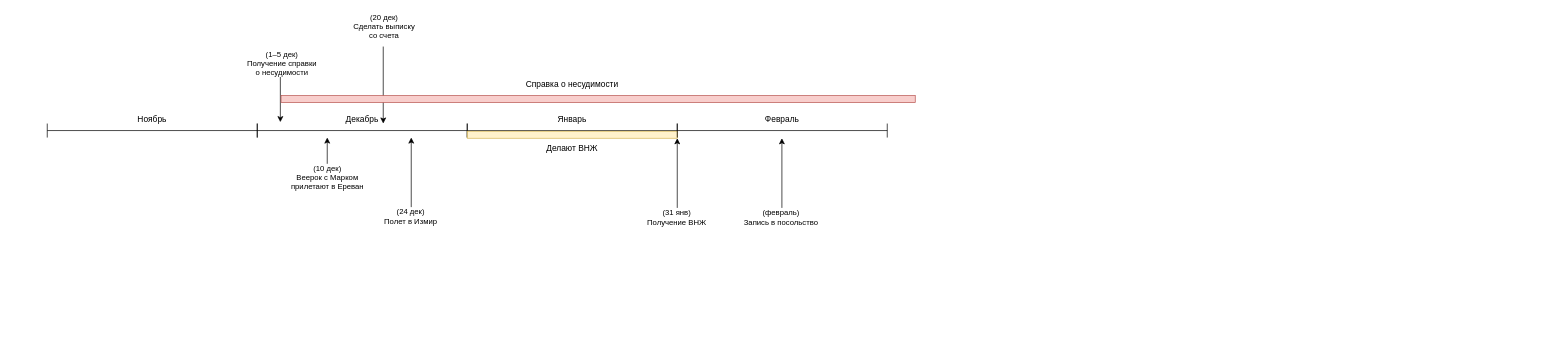
This is relocation.drawio from ajile/draw-io, a draw.io file, before an edit. Source tidied: cells renumbered, new cells numbered last; positions are measured from the earlier drawing's top-left corner, leaving out a move shared by most shapes. Both pictures are drawn from the tidied source at 70%, with x=0, y=0 at pixel (47, 46).
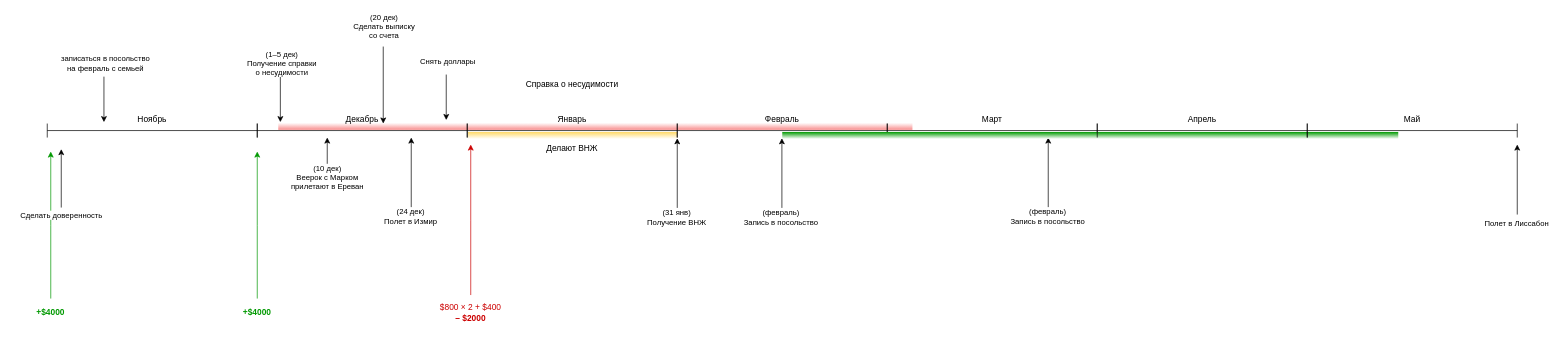
The same diagram, later.

Change to the diagram source:
```diff
@@
+    <mxCell id="27" style="rounded=0;whiteSpace=wrap;html=1;fillColor=#F88D8D;strokeColor=none;gradientColor=#FFFFFF;gradientDirection=north;" parent="1" vertex="1">
+      <mxGeometry x="330" y="109" width="906" height="10" as="geometry" />
+    </mxCell>
+    <mxCell id="23" style="rounded=0;whiteSpace=wrap;html=1;fillColor=#FFFFFF;strokeColor=none;gradientColor=#FFD966;direction=west;" parent="1" vertex="1">
+      <mxGeometry x="601" y="122" width="299" height="10" as="geometry" />
+    </mxCell>
+    <mxCell id="10" style="group;" parent="1" vertex="1">
+      <mxGeometry x="600" y="110" width="300" height="20" as="geometry" />
+    </mxCell>
+    <mxCell id="11" style="endArrow=none;html=1;rounded=0;" parent="10" edge="1">
+      <mxGeometry relative="1" as="geometry">
+        <mxPoint y="10" as="sourcePoint" />
+        <mxPoint x="300" y="10" as="targetPoint" />
+      </mxGeometry>
+    </mxCell>
+    <mxCell id="12" style="endArrow=none;html=1;rounded=0;" parent="10" edge="1">
+      <mxGeometry relative="1" as="geometry">
+        <mxPoint y="20" as="sourcePoint" />
+        <mxPoint as="targetPoint" />
+      </mxGeometry>
+    </mxCell>
+    <mxCell id="13" style="endArrow=none;html=1;rounded=0;" parent="10" edge="1">
+      <mxGeometry relative="1" as="geometry">
+        <mxPoint x="300" y="20" as="sourcePoint" />
+        <mxPoint x="300" as="targetPoint" />
+      </mxGeometry>
+    </mxCell>
+    <mxCell id="38" style="group;" parent="1" vertex="1">
+      <mxGeometry x="1200" y="110" width="300" height="20" as="geometry" />
+    </mxCell>
+    <mxCell id="39" style="endArrow=none;html=1;rounded=0;" parent="38" edge="1">
+      <mxGeometry relative="1" as="geometry">
+        <mxPoint y="10" as="sourcePoint" />
+        <mxPoint x="300" y="10" as="targetPoint" />
+      </mxGeometry>
+    </mxCell>
+    <mxCell id="40" style="endArrow=none;html=1;rounded=0;" parent="38" edge="1">
+      <mxGeometry relative="1" as="geometry">
+        <mxPoint y="20" as="sourcePoint" />
+        <mxPoint as="targetPoint" />
+      </mxGeometry>
+    </mxCell>
+    <mxCell id="41" style="endArrow=none;html=1;rounded=0;" parent="38" edge="1">
+      <mxGeometry relative="1" as="geometry">
+        <mxPoint x="300" y="20" as="sourcePoint" />
+        <mxPoint x="300" as="targetPoint" />
+      </mxGeometry>
+    </mxCell>
@@
-    <mxCell id="10" style="group;" parent="1" vertex="1">
-      <mxGeometry x="600" y="110" width="300" height="20" as="geometry" />
-    </mxCell>
-    <mxCell id="11" style="endArrow=none;html=1;rounded=0;" parent="10" edge="1">
-      <mxGeometry relative="1" as="geometry">
-        <mxPoint y="10" as="sourcePoint" />
-        <mxPoint x="300" y="10" as="targetPoint" />
-      </mxGeometry>
-    </mxCell>
-    <mxCell id="12" style="endArrow=none;html=1;rounded=0;" parent="10" edge="1">
-      <mxGeometry relative="1" as="geometry">
-        <mxPoint y="20" as="sourcePoint" />
-        <mxPoint as="targetPoint" />
-      </mxGeometry>
-    </mxCell>
-    <mxCell id="13" style="endArrow=none;html=1;rounded=0;" parent="10" edge="1">
-      <mxGeometry relative="1" as="geometry">
-        <mxPoint x="300" y="20" as="sourcePoint" />
-        <mxPoint x="300" as="targetPoint" />
-      </mxGeometry>
-    </mxCell>
@@
-    <mxCell id="23" style="rounded=0;whiteSpace=wrap;html=1;fillColor=#fff2cc;strokeColor=#d6b656;" parent="1" vertex="1">
-      <mxGeometry x="600" y="121" width="300" height="10" as="geometry" />
-    </mxCell>
@@
-    <mxCell id="27" style="rounded=0;whiteSpace=wrap;html=1;fillColor=#f8cecc;strokeColor=#b85450;" parent="1" vertex="1">
-      <mxGeometry x="334" y="70" width="906" height="10" as="geometry" />
-    </mxCell>
@@
+    <mxCell id="42" style="edgeStyle=orthogonalEdgeStyle;rounded=0;jettySize=auto;html=1;fontColor=#CC0000;strokeColor=#CC0000;" parent="1" edge="1" source="43">
+      <mxGeometry relative="1" as="geometry">
+        <mxPoint x="605" y="140" as="targetPoint" />
+      </mxGeometry>
+    </mxCell>
+    <mxCell id="43" value="$800 × 2 +&amp;nbsp;$400&lt;br&gt;&lt;b&gt;– $2000&lt;/b&gt;" style="text;html=1;strokeColor=none;fillColor=none;align=center;verticalAlign=middle;whiteSpace=wrap;rounded=0;fontColor=#CC0000;" parent="1" vertex="1">
+      <mxGeometry x="550" y="355" width="110" height="50" as="geometry" />
+    </mxCell>
+    <mxCell id="44" style="edgeStyle=orthogonalEdgeStyle;rounded=0;jettySize=auto;html=1;strokeColor=#009900;fontColor=#009900;" parent="1" edge="1" source="45">
+      <mxGeometry relative="1" as="geometry">
+        <mxPoint x="5" y="150" as="targetPoint" />
+      </mxGeometry>
+    </mxCell>
+    <mxCell id="45" value="+$4000" style="text;html=1;strokeColor=none;fillColor=none;align=center;verticalAlign=middle;whiteSpace=wrap;rounded=0;fontColor=#009900;fontStyle=1;" parent="1" vertex="1">
+      <mxGeometry x="-50" y="360" width="110" height="40" as="geometry" />
+    </mxCell>
+    <mxCell id="46" style="edgeStyle=orthogonalEdgeStyle;rounded=0;jettySize=auto;html=1;strokeColor=#009900;fontColor=#009900;" parent="1" edge="1" source="47">
+      <mxGeometry relative="1" as="geometry">
+        <mxPoint x="300" y="150" as="targetPoint" />
+      </mxGeometry>
+    </mxCell>
+    <mxCell id="47" value="+$4000" style="text;html=1;strokeColor=none;fillColor=none;align=center;verticalAlign=middle;whiteSpace=wrap;rounded=0;fontColor=#009900;fontStyle=1;" parent="1" vertex="1">
+      <mxGeometry x="245" y="360" width="110" height="40" as="geometry" />
+    </mxCell>
+    <mxCell id="48" value="Март" style="text;html=1;strokeColor=none;fillColor=none;align=center;verticalAlign=middle;whiteSpace=wrap;rounded=0;" parent="1" vertex="1">
+      <mxGeometry x="1320" y="90" width="60" height="30" as="geometry" />
+    </mxCell>
+    <mxCell id="49" style="endArrow=classic;html=1;rounded=0;" parent="1" edge="1">
+      <mxGeometry relative="1" as="geometry">
+        <mxPoint x="1430" y="230" as="sourcePoint" />
+        <mxPoint x="1430" y="130" as="targetPoint" />
+      </mxGeometry>
+    </mxCell>
+    <mxCell id="50" value="(февраль)&lt;br&gt;Запись в посольство" style="edgeLabel;html=1;align=center;verticalAlign=middle;" parent="49" vertex="1">
+      <mxGeometry x="-0.61" y="1" relative="1" as="geometry">
+        <mxPoint x="-1" y="32" as="offset" />
+      </mxGeometry>
+    </mxCell>
+    <mxCell id="51" style="rounded=0;whiteSpace=wrap;html=1;fillColor=#FFFFFF;strokeColor=none;gradientColor=#009900;direction=west;" parent="1" vertex="1">
+      <mxGeometry x="1050" y="122" width="880" height="10" as="geometry" />
+    </mxCell>
+    <mxCell id="52" style="group;" parent="1" vertex="1">
+      <mxGeometry x="1500" y="110" width="300" height="20" as="geometry" />
+    </mxCell>
+    <mxCell id="53" style="endArrow=none;html=1;rounded=0;" parent="52" edge="1">
+      <mxGeometry relative="1" as="geometry">
+        <mxPoint y="10" as="sourcePoint" />
+        <mxPoint x="300" y="10" as="targetPoint" />
+      </mxGeometry>
+    </mxCell>
+    <mxCell id="54" style="endArrow=none;html=1;rounded=0;" parent="52" edge="1">
+      <mxGeometry relative="1" as="geometry">
+        <mxPoint y="20" as="sourcePoint" />
+        <mxPoint as="targetPoint" />
+      </mxGeometry>
+    </mxCell>
+    <mxCell id="55" style="endArrow=none;html=1;rounded=0;" parent="52" edge="1">
+      <mxGeometry relative="1" as="geometry">
+        <mxPoint x="300" y="20" as="sourcePoint" />
+        <mxPoint x="300" as="targetPoint" />
+      </mxGeometry>
+    </mxCell>
+    <mxCell id="56" value="Апрель" style="text;html=1;strokeColor=none;fillColor=none;align=center;verticalAlign=middle;whiteSpace=wrap;rounded=0;" parent="1" vertex="1">
+      <mxGeometry x="1620" y="90" width="60" height="30" as="geometry" />
+    </mxCell>
+    <mxCell id="57" style="group;" parent="1" vertex="1">
+      <mxGeometry x="1800" y="110" width="300" height="20" as="geometry" />
+    </mxCell>
+    <mxCell id="58" style="endArrow=none;html=1;rounded=0;" parent="57" edge="1">
+      <mxGeometry relative="1" as="geometry">
+        <mxPoint y="10" as="sourcePoint" />
+        <mxPoint x="300" y="10" as="targetPoint" />
+      </mxGeometry>
+    </mxCell>
+    <mxCell id="59" style="endArrow=none;html=1;rounded=0;" parent="57" edge="1">
+      <mxGeometry relative="1" as="geometry">
+        <mxPoint y="20" as="sourcePoint" />
+        <mxPoint as="targetPoint" />
+      </mxGeometry>
+    </mxCell>
+    <mxCell id="60" style="endArrow=none;html=1;rounded=0;" parent="57" edge="1">
+      <mxGeometry relative="1" as="geometry">
+        <mxPoint x="300" y="20" as="sourcePoint" />
+        <mxPoint x="300" as="targetPoint" />
+      </mxGeometry>
+    </mxCell>
+    <mxCell id="61" value="Май" style="text;html=1;strokeColor=none;fillColor=none;align=center;verticalAlign=middle;whiteSpace=wrap;rounded=0;" parent="1" vertex="1">
+      <mxGeometry x="1920" y="90" width="60" height="30" as="geometry" />
+    </mxCell>
+    <mxCell id="62" style="endArrow=classic;html=1;rounded=0;" parent="1" edge="1">
+      <mxGeometry relative="1" as="geometry">
+        <mxPoint x="2100" y="240" as="sourcePoint" />
+        <mxPoint x="2100" y="140" as="targetPoint" />
+      </mxGeometry>
+    </mxCell>
+    <mxCell id="63" value="Полет в Лиссабон" style="edgeLabel;html=1;align=center;verticalAlign=middle;" parent="62" vertex="1">
+      <mxGeometry x="-0.61" y="1" relative="1" as="geometry">
+        <mxPoint x="-1" y="32" as="offset" />
+      </mxGeometry>
+    </mxCell>
+    <mxCell id="64" style="endArrow=classic;html=1;rounded=0;" parent="1" edge="1">
+      <mxGeometry relative="1" as="geometry">
+        <mxPoint x="81" y="43" as="sourcePoint" />
+        <mxPoint x="81" y="108" as="targetPoint" />
+      </mxGeometry>
+    </mxCell>
+    <mxCell id="65" value="записаться в посольство&lt;br&gt;на февраль с семьей" style="edgeLabel;html=1;align=center;verticalAlign=middle;" parent="64" vertex="1">
+      <mxGeometry x="-0.61" y="1" relative="1" as="geometry">
+        <mxPoint y="-33" as="offset" />
+      </mxGeometry>
+    </mxCell>
+    <mxCell id="66" style="endArrow=classic;html=1;rounded=0;" parent="1" edge="1">
+      <mxGeometry relative="1" as="geometry">
+        <mxPoint x="570" y="40" as="sourcePoint" />
+        <mxPoint x="570" y="105" as="targetPoint" />
+      </mxGeometry>
+    </mxCell>
+    <mxCell id="67" value="Снять доллары" style="edgeLabel;html=1;align=center;verticalAlign=middle;" parent="66" vertex="1">
+      <mxGeometry x="-0.61" y="1" relative="1" as="geometry">
+        <mxPoint y="-33" as="offset" />
+      </mxGeometry>
+    </mxCell>
+    <mxCell id="68" style="endArrow=classic;html=1;rounded=0;" parent="1" edge="1">
+      <mxGeometry relative="1" as="geometry">
+        <mxPoint x="20" y="230" as="sourcePoint" />
+        <mxPoint x="20" y="146.5" as="targetPoint" />
+      </mxGeometry>
+    </mxCell>
+    <mxCell id="69" value="Сделать доверенность" style="edgeLabel;html=1;align=center;verticalAlign=middle;" parent="68" vertex="1">
+      <mxGeometry x="-0.61" y="1" relative="1" as="geometry">
+        <mxPoint y="26" as="offset" />
+      </mxGeometry>
+    </mxCell>
```
